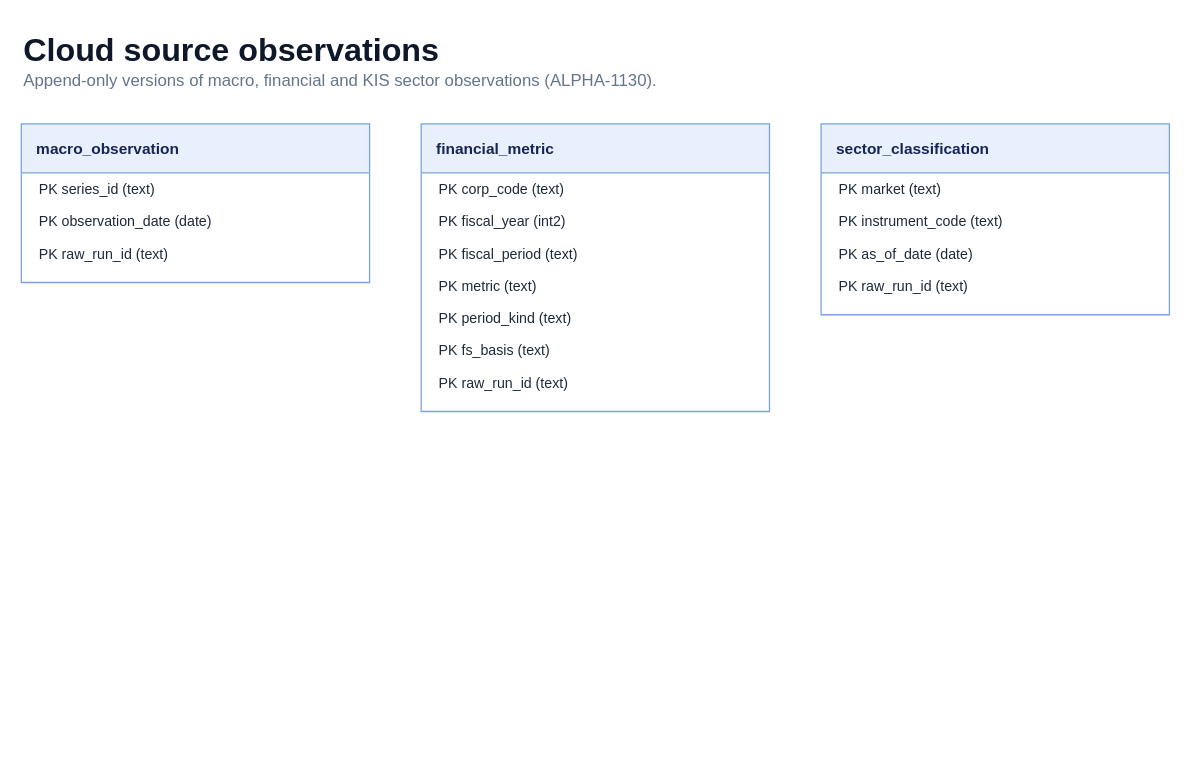
Before: docs/data-model/domains/source-observations/erd.drawio in alphaeveryday/edge, a draw.io diagram. Source tidied: cells renumbered, new cells numbered last; positions are measured from the earlier drawing's top-left corner, leaving out a move shared by most shapes. Both pictures are drawn from the tidied source at 129%, with x=0, y=0 at pixel (21, 21).
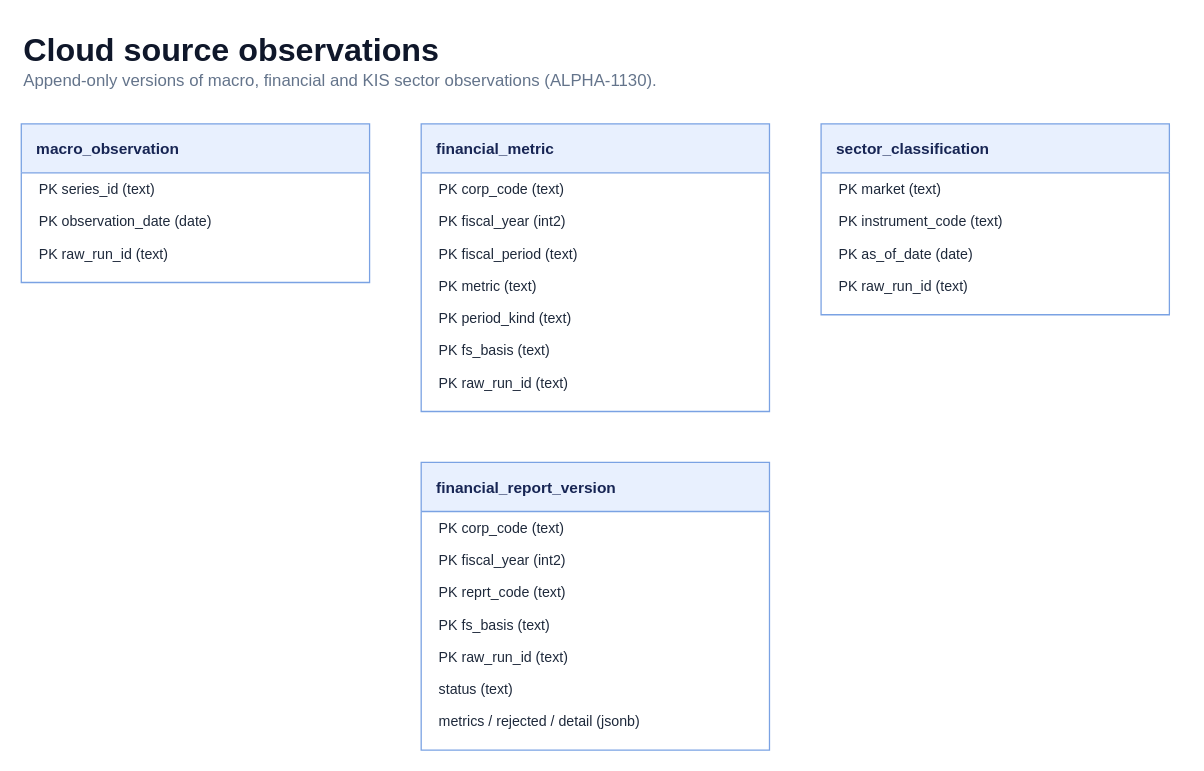
The same page after the edit.

Diff of the diagram source:
```diff
@@
+    <mxCell id="21" value="financial_report_version" style="swimlane;horizontal=1;startSize=38;rounded=0;html=0;fillColor=#e8f0fe;swimlaneFillColor=#ffffff;strokeColor=#7aa2e3;fontColor=#172554;fontStyle=1;align=left;spacingLeft=10;verticalAlign=middle;" parent="1" vertex="1">
+      <mxGeometry x="310" y="342" width="270" height="223" as="geometry" />
+    </mxCell>
+    <mxCell id="22" value="PK  corp_code  (text)" style="text;html=0;strokeColor=none;fillColor=none;align=left;verticalAlign=middle;spacingLeft=12;fontSize=11;fontColor=#1e293b;" parent="21" vertex="1">
+      <mxGeometry y="38" width="270" height="25" as="geometry" />
+    </mxCell>
+    <mxCell id="23" value="PK  fiscal_year  (int2)" style="text;html=0;strokeColor=none;fillColor=none;align=left;verticalAlign=middle;spacingLeft=12;fontSize=11;fontColor=#1e293b;" parent="21" vertex="1">
+      <mxGeometry y="63" width="270" height="25" as="geometry" />
+    </mxCell>
+    <mxCell id="24" value="PK  reprt_code  (text)" style="text;html=0;strokeColor=none;fillColor=none;align=left;verticalAlign=middle;spacingLeft=12;fontSize=11;fontColor=#1e293b;" parent="21" vertex="1">
+      <mxGeometry y="88" width="270" height="25" as="geometry" />
+    </mxCell>
+    <mxCell id="25" value="PK  fs_basis  (text)" style="text;html=0;strokeColor=none;fillColor=none;align=left;verticalAlign=middle;spacingLeft=12;fontSize=11;fontColor=#1e293b;" parent="21" vertex="1">
+      <mxGeometry y="113" width="270" height="25" as="geometry" />
+    </mxCell>
+    <mxCell id="26" value="PK  raw_run_id  (text)" style="text;html=0;strokeColor=none;fillColor=none;align=left;verticalAlign=middle;spacingLeft=12;fontSize=11;fontColor=#1e293b;" parent="21" vertex="1">
+      <mxGeometry y="138" width="270" height="25" as="geometry" />
+    </mxCell>
+    <mxCell id="27" value="status  (text)" style="text;html=0;strokeColor=none;fillColor=none;align=left;verticalAlign=middle;spacingLeft=12;fontSize=11;fontColor=#1e293b;" parent="21" vertex="1">
+      <mxGeometry y="163" width="270" height="25" as="geometry" />
+    </mxCell>
+    <mxCell id="28" value="metrics / rejected / detail  (jsonb)" style="text;html=0;strokeColor=none;fillColor=none;align=left;verticalAlign=middle;spacingLeft=12;fontSize=11;fontColor=#1e293b;" parent="21" vertex="1">
+      <mxGeometry y="188" width="270" height="25" as="geometry" />
+    </mxCell>
```
